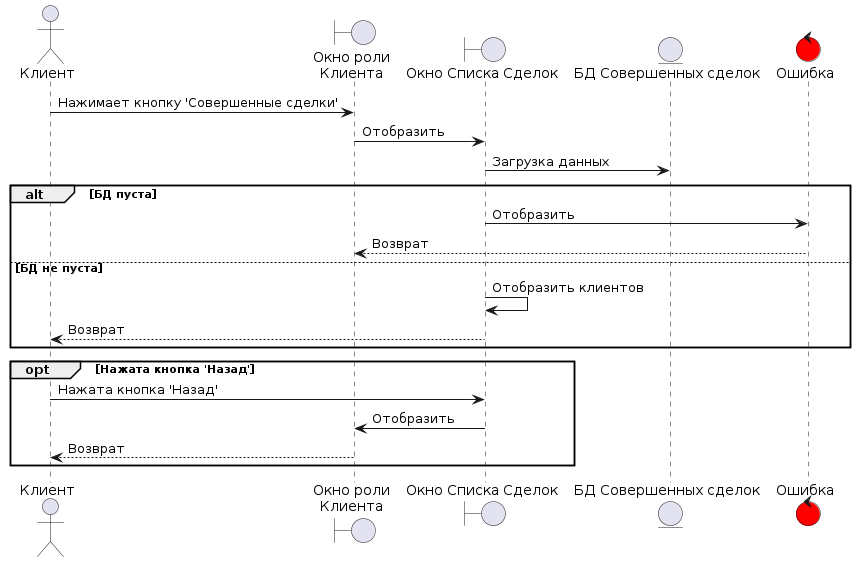
Earlier version of the PlantUML export Diagrams/images/sequence/Client_View_Deal.png (Student7751/CourseWork).
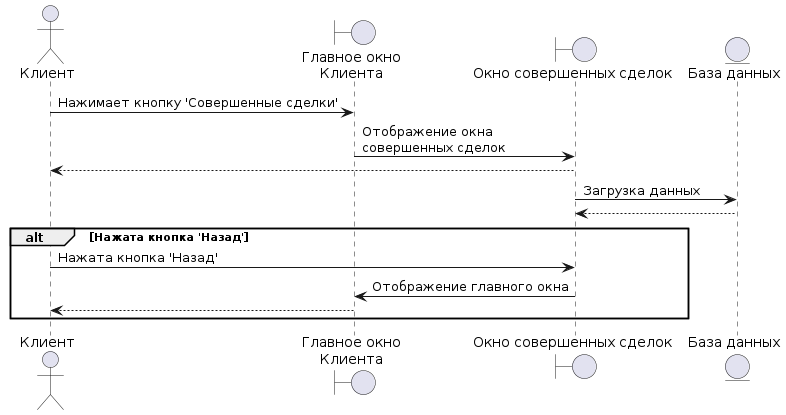
After the change.

Diff of the diagram source:
```diff
@@ -1,29 +1,21 @@
 @startuml
 actor admin as "Клиент"
 
-boundary "Окно роли\nКлиента" as main_window
-boundary "Окно Списка Сделок" as deal_list_window
+boundary "Главное окно\nКлиента" as main_window
+boundary "Окно совершенных сделок" as deal_list_window
 
-entity "БД Совершенных сделок" as deal_db
-
-control error as "Ошибка" #red
+entity "База данных" as deal_db
 
 admin -> main_window : Нажимает кнопку 'Совершенные сделки'
 
-main_window -> deal_list_window : Отобразить
+main_window -> deal_list_window : Отображение окна\nсовершенных сделок
+deal_list_window --> admin
 deal_list_window -> deal_db : Загрузка данных
+deal_db --> deal_list_window
 
-alt БД пуста
-    deal_list_window -> error : Отобразить
-    error --> main_window : Возврат
-else БД не пуста
-    deal_list_window -> deal_list_window : Отобразить клиентов
-    deal_list_window --> admin : Возврат
-end
-
-opt Нажата кнопка 'Назад'
+alt Нажата кнопка 'Назад'
     admin -> deal_list_window : Нажата кнопка 'Назад'
-    deal_list_window -> main_window : Отобразить
-    main_window --> admin : Возврат
+    deal_list_window -> main_window: Отображение главного окна
+    main_window --> admin
 end
 @enduml
```
